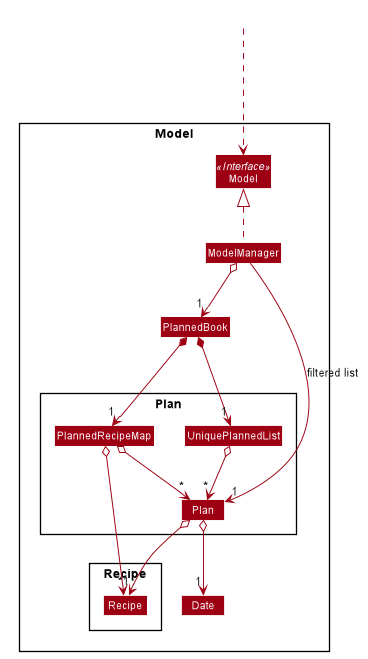
The PlantUML diagram docs/images/ModelPlanClassDiagram.png in nus-cs2103-AY1920S2/addressbook-level3, before a commit.
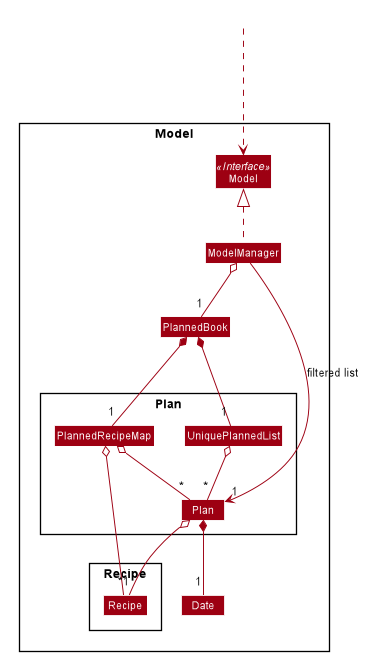
After the change.

What changed in the source:
```diff
@@ -72,16 +72,16 @@
     class Recipe
 }
 HiddenOutside ...> Model
-ModelManager o--> "1" PlannedBook
+ModelManager o-- "1" PlannedBook
 ModelManager .up.|> Model
 ModelManager --> "1" Plan : filtered list
 
-PlannedBook *-down->"1" UniquePlannedList
-PlannedBook *-down->"1" PlannedRecipeMap
-UniquePlannedList o--> "*" Plan
-PlannedRecipeMap o--> "*" Plan
-PlannedRecipeMap o--> "*" Recipe
-Plan o--> "1" Recipe
-Plan o--> "1" Date
+PlannedBook *-down-"1" UniquePlannedList
+PlannedBook *-down-"1" PlannedRecipeMap
+UniquePlannedList o-- "*" Plan
+PlannedRecipeMap o-- "*" Plan
+PlannedRecipeMap o-- "*" Recipe
+Plan o-- "1" Recipe
+Plan *-- "1" Date
 
 @enduml
```
